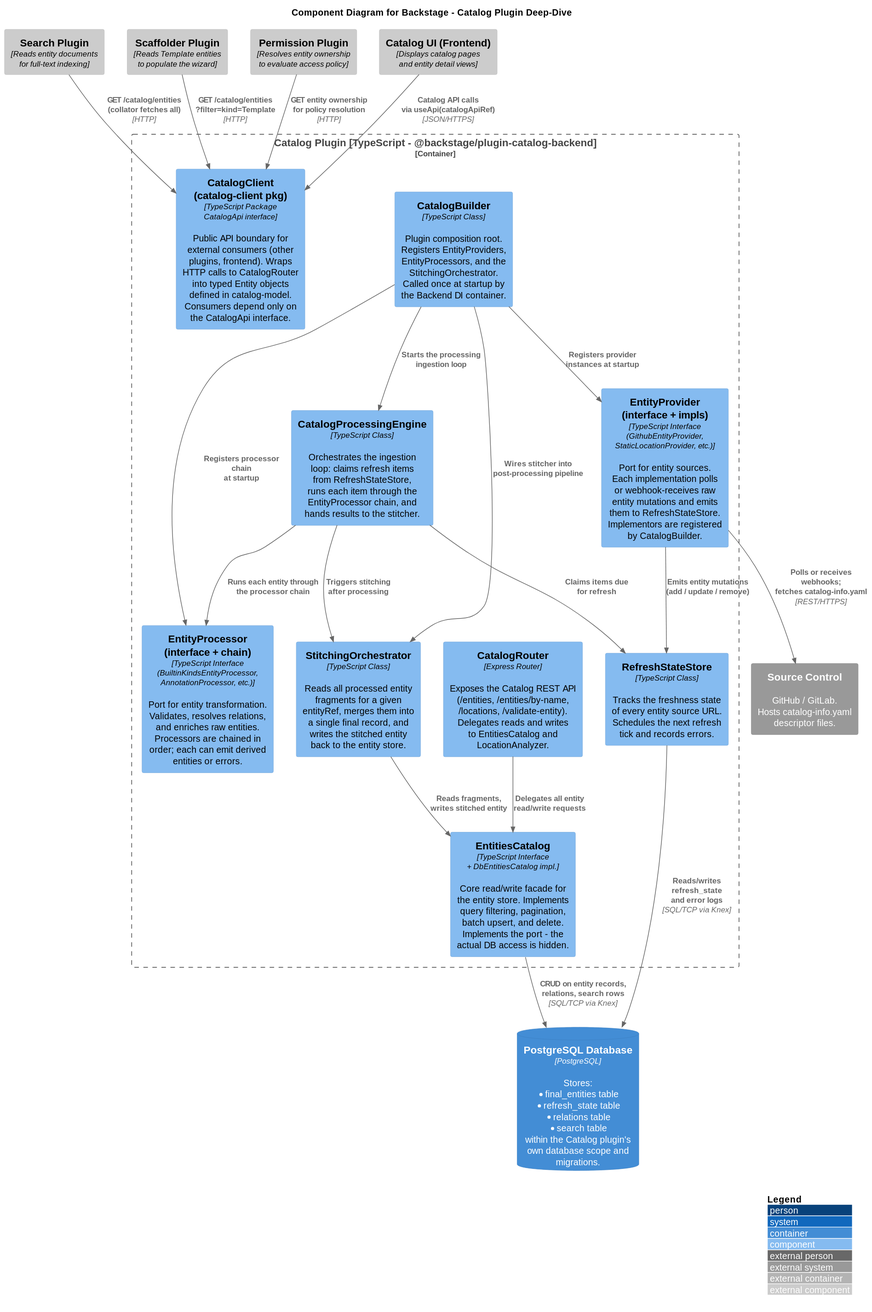
Group06-SwDA/Project keeps this PlantUML diagram as out/notes/architecture/diagrams/component-diagram-catalog-plugin/component-diagram-catalog-plugin.svg. Above is the earlier version. The source it was exported from:
```plantuml
@startuml
!include <c4/C4_Component.puml>

LAYOUT_WITH_LEGEND()

title Component Diagram for Backstage - Catalog Plugin Deep-Dive

Container_Boundary(catalogPlugin, "Catalog Plugin [TypeScript - @backstage/plugin-catalog-backend]") {

    Component(catalogRouter, "CatalogRouter", "Express Router", "Exposes the Catalog REST API\n(/entities, /entities/by-name,\n/locations, /validate-entity).\nDelegates reads and writes\nto EntitiesCatalog and\nLocationAnalyzer.")

    Component(catalogBuilder, "CatalogBuilder", "TypeScript Class", "Plugin composition root.\nRegisters EntityProviders,\nEntityProcessors, and the\nStitchingOrchestrator.\nCalled once at startup by\nthe Backend DI container.")

    Component(entitiesCatalog, "EntitiesCatalog", "TypeScript Interface\n+ DbEntitiesCatalog impl.", "Core read/write facade for\nthe entity store. Implements\nquery filtering, pagination,\nbatch upsert, and delete.\nImplements the port - the\nactual DB access is hidden.")

    Component(refreshStateStore, "RefreshStateStore", "TypeScript Class", "Tracks the freshness state\nof every entity source URL.\nSchedules the next refresh\ntick and records errors.")

    Component(catalogProcessingEngine, "CatalogProcessingEngine", "TypeScript Class", "Orchestrates the ingestion\nloop: claims refresh items\nfrom RefreshStateStore,\nruns each item through the\nEntityProcessor chain, and\nhands results to the stitcher.")

    Component(entityProvider, "EntityProvider\n(interface + impls)", "TypeScript Interface\n(GithubEntityProvider,\nStaticLocationProvider, etc.)", "Port for entity sources.\nEach implementation polls\nor webhook-receives raw\nentity mutations and emits\nthem to RefreshStateStore.\nImplementors are registered\nby CatalogBuilder.")

    Component(entityProcessor, "EntityProcessor\n(interface + chain)", "TypeScript Interface\n(BuiltinKindsEntityProcessor,\nAnnotationProcessor, etc.)", "Port for entity transformation.\nValidates, resolves relations,\nand enriches raw entities.\nProcessors are chained in\norder; each can emit derived\nentities or errors.")

    Component(stitchingOrchestrator, "StitchingOrchestrator", "TypeScript Class", "Reads all processed entity\nfragments for a given\nentityRef, merges them into\na single final record, and\nwrites the stitched entity\nback to the entity store.")

    Component(catalogClient, "CatalogClient\n(catalog-client pkg)", "TypeScript Package\nCatalogApi interface", "Public API boundary for\nexternal consumers (other\nplugins, frontend). Wraps\nHTTP calls to CatalogRouter\ninto typed Entity objects\ndefined in catalog-model.\nConsumers depend only on\nthe CatalogApi interface.")
}

ContainerDb(postgres, "PostgreSQL Database", "PostgreSQL", "Stores:\n* final_entities table\n* refresh_state table\n* relations table\n* search table\nwithin the Catalog plugin's\nown database scope and\nmigrations.")

System_Ext(sourceControl, "Source Control", "GitHub / GitLab.\nHosts catalog-info.yaml\ndescriptor files.")

Component_Ext(searchPlugin, "Search Plugin", "Reads entity documents\nfor full-text indexing")
Component_Ext(scaffolderPlugin, "Scaffolder Plugin", "Reads Template entities\nto populate the wizard")
Component_Ext(permissionPlugin, "Permission Plugin", "Resolves entity ownership\nto evaluate access policy")
Component_Ext(frontendCatalogUI, "Catalog UI (Frontend)", "Displays catalog pages\nand entity detail views")

Rel(catalogRouter, entitiesCatalog, "Delegates all entity\nread/write requests")
Rel(catalogBuilder, entityProvider, "Registers provider\ninstances at startup")
Rel(catalogBuilder, entityProcessor, "Registers processor chain\nat startup")
Rel(catalogBuilder, catalogProcessingEngine, "Starts the processing\ningestion loop")
Rel(catalogBuilder, stitchingOrchestrator, "Wires stitcher into\npost-processing pipeline")

Rel(catalogProcessingEngine, refreshStateStore, "Claims items due\nfor refresh")
Rel(catalogProcessingEngine, entityProcessor, "Runs each entity through\nthe processor chain")
Rel(catalogProcessingEngine, stitchingOrchestrator, "Triggers stitching\nafter processing")

Rel(entityProvider, refreshStateStore, "Emits entity mutations\n(add / update / remove)")
Rel(entityProvider, sourceControl, "Polls or receives webhooks;\nfetches catalog-info.yaml", "REST/HTTPS")

Rel(stitchingOrchestrator, entitiesCatalog, "Reads fragments,\nwrites stitched entity")
Rel(entitiesCatalog, postgres, "CRUD on entity records,\nrelations, search rows", "SQL/TCP via Knex")
Rel(refreshStateStore, postgres, "Reads/writes refresh_state\nand error logs", "SQL/TCP via Knex")

Rel(searchPlugin, catalogClient, "GET /catalog/entities\n(collator fetches all)", "HTTP")
Rel(scaffolderPlugin, catalogClient, "GET /catalog/entities\n?filter=kind=Template", "HTTP")
Rel(permissionPlugin, catalogClient, "GET entity ownership\nfor policy resolution", "HTTP")
Rel(frontendCatalogUI, catalogClient, "Catalog API calls\nvia useApi(catalogApiRef)", "JSON/HTTPS")
@enduml
```
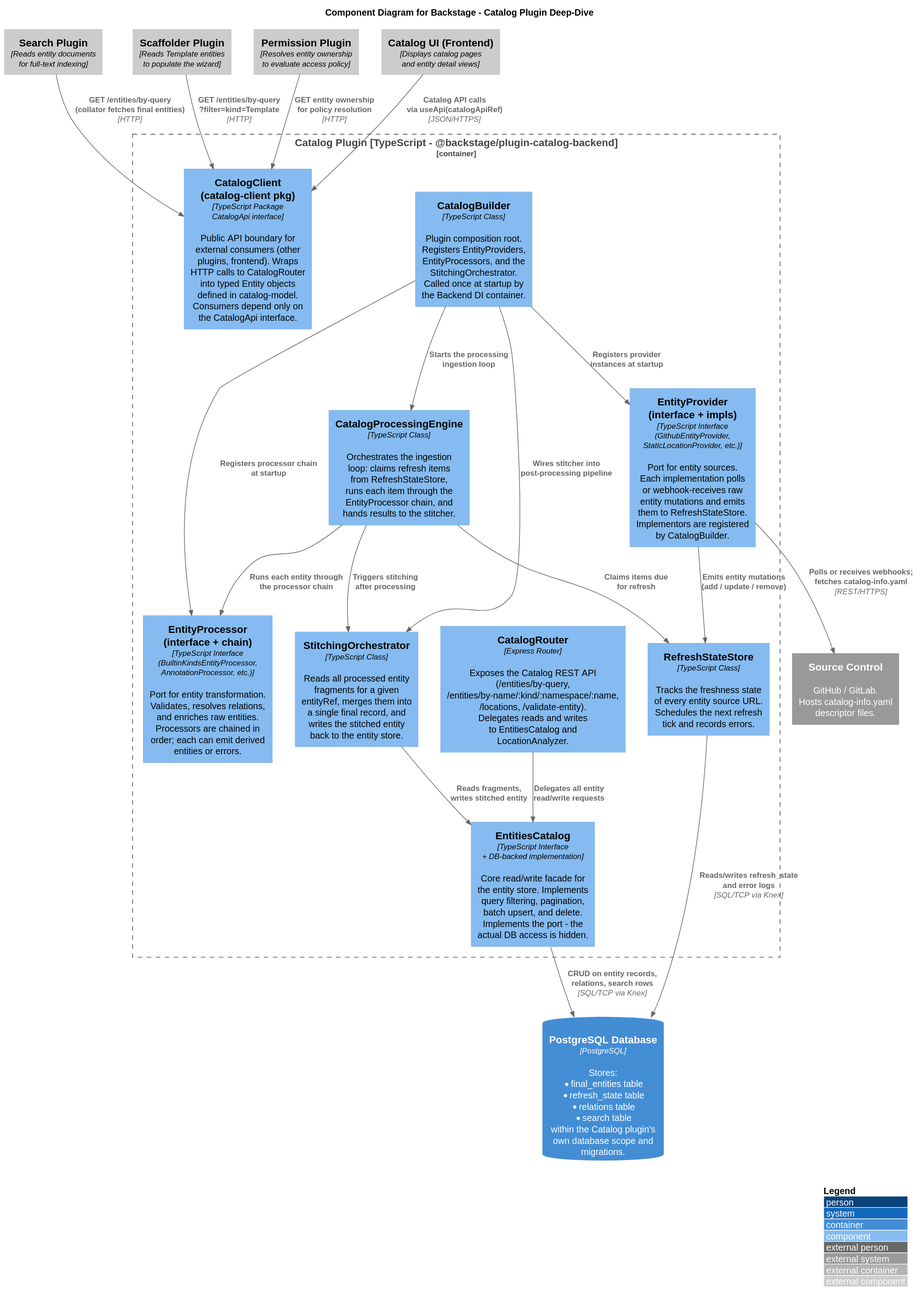
Later version of the same file.

What changed in the source:
```diff
@@ -7,11 +7,11 @@
 
 Container_Boundary(catalogPlugin, "Catalog Plugin [TypeScript - @backstage/plugin-catalog-backend]") {
 
-    Component(catalogRouter, "CatalogRouter", "Express Router", "Exposes the Catalog REST API\n(/entities, /entities/by-name,\n/locations, /validate-entity).\nDelegates reads and writes\nto EntitiesCatalog and\nLocationAnalyzer.")
+    Component(catalogRouter, "CatalogRouter", "Express Router", "Exposes the Catalog REST API\n(/entities/by-query,\n/entities/by-name/:kind/:namespace/:name,\n/locations, /validate-entity).\nDelegates reads and writes\nto EntitiesCatalog and\nLocationAnalyzer.")
 
     Component(catalogBuilder, "CatalogBuilder", "TypeScript Class", "Plugin composition root.\nRegisters EntityProviders,\nEntityProcessors, and the\nStitchingOrchestrator.\nCalled once at startup by\nthe Backend DI container.")
 
-    Component(entitiesCatalog, "EntitiesCatalog", "TypeScript Interface\n+ DbEntitiesCatalog impl.", "Core read/write facade for\nthe entity store. Implements\nquery filtering, pagination,\nbatch upsert, and delete.\nImplements the port - the\nactual DB access is hidden.")
+    Component(entitiesCatalog, "EntitiesCatalog", "TypeScript Interface\n+ DB-backed implementation", "Core read/write facade for\nthe entity store. Implements\nquery filtering, pagination,\nbatch upsert, and delete.\nImplements the port - the\nactual DB access is hidden.")
 
     Component(refreshStateStore, "RefreshStateStore", "TypeScript Class", "Tracks the freshness state\nof every entity source URL.\nSchedules the next refresh\ntick and records errors.")
 
@@ -52,8 +52,8 @@
 Rel(entitiesCatalog, postgres, "CRUD on entity records,\nrelations, search rows", "SQL/TCP via Knex")
 Rel(refreshStateStore, postgres, "Reads/writes refresh_state\nand error logs", "SQL/TCP via Knex")
 
-Rel(searchPlugin, catalogClient, "GET /catalog/entities\n(collator fetches all)", "HTTP")
-Rel(scaffolderPlugin, catalogClient, "GET /catalog/entities\n?filter=kind=Template", "HTTP")
+Rel(searchPlugin, catalogClient, "GET /entities/by-query\n(collator fetches final entities)", "HTTP")
+Rel(scaffolderPlugin, catalogClient, "GET /entities/by-query\n?filter=kind=Template", "HTTP")
 Rel(permissionPlugin, catalogClient, "GET entity ownership\nfor policy resolution", "HTTP")
 Rel(frontendCatalogUI, catalogClient, "Catalog API calls\nvia useApi(catalogApiRef)", "JSON/HTTPS")
 @enduml
```
